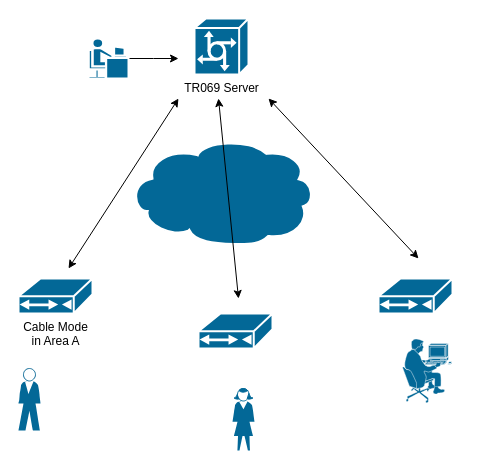
This is page "Remote Control - TR069" (5 of 7) of Cable_Modem_Architecture_Sample.drawio from nelsonchung/drawio, a draw.io file, before an edit. Source tidied: cells renumbered, new cells numbered last; positions are measured from the earlier drawing's top-left corner, leaving out a move shared by most shapes. Both pictures are drawn from the tidied source at 100%, with x=0, y=0 at pixel (18, 18).
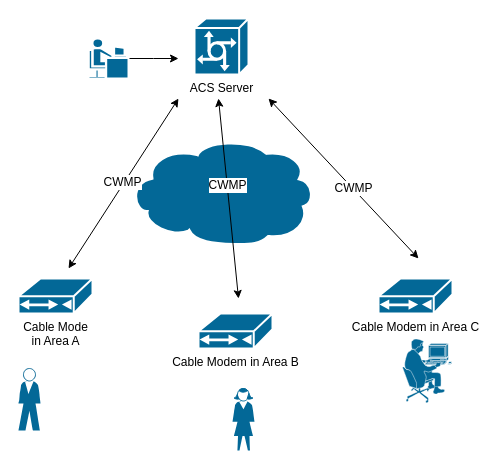
Above is the later version.

Commit message (it also covers changes not shown here):
[Cable_Modem_Architecture_Sample] Update the sheet named "Remote Control - TR069"

Unchanged cells that the change refers to:
```xml
<mxCell id="12" style="endArrow=classic;startArrow=classic;html=1;" parent="1" edge="1">
  <mxGeometry relative="1" as="geometry">
    <mxPoint x="50" y="250" as="sourcePoint" />
    <mxPoint x="160" y="80" as="targetPoint" />
  </mxGeometry>
</mxCell>
<mxCell id="13" style="endArrow=classic;startArrow=classic;html=1;" parent="1" edge="1">
  <mxGeometry relative="1" as="geometry">
    <mxPoint x="220" y="280" as="sourcePoint" />
    <mxPoint x="200" y="80" as="targetPoint" />
  </mxGeometry>
</mxCell>
<mxCell id="14" style="endArrow=classic;startArrow=classic;html=1;" parent="1" edge="1">
  <mxGeometry relative="1" as="geometry">
    <mxPoint x="400" y="240" as="sourcePoint" />
    <mxPoint x="250" y="80" as="targetPoint" />
  </mxGeometry>
</mxCell>
```

Change to the diagram source:
```diff
@@
-    <mxCell id="4" value="TR069 Server" style="shape=mxgraph.cisco.servers.communications_server;html=1;dashed=0;fillColor=#036897;strokeColor=#ffffff;strokeWidth=2;verticalLabelPosition=bottom;verticalAlign=top;align=center;" parent="1" vertex="1">
+    <mxCell id="4" value="ACS Server" style="shape=mxgraph.cisco.servers.communications_server;html=1;dashed=0;fillColor=#036897;strokeColor=#ffffff;strokeWidth=2;verticalLabelPosition=bottom;verticalAlign=top;align=center;" parent="1" vertex="1">
       <mxGeometry x="176" width="54" height="56" as="geometry" />
     </mxCell>
@@
-    <mxCell id="7" style="shape=mxgraph.cisco.modems_and_phones.cable_modem;html=1;dashed=0;fillColor=#036897;strokeColor=#ffffff;strokeWidth=2;verticalLabelPosition=bottom;verticalAlign=top;align=center;" parent="1" vertex="1">
+    <mxCell id="7" value="Cable Modem in Area B" style="shape=mxgraph.cisco.modems_and_phones.cable_modem;html=1;dashed=0;fillColor=#036897;strokeColor=#ffffff;strokeWidth=2;verticalLabelPosition=bottom;verticalAlign=top;align=center;" parent="1" vertex="1">
       <mxGeometry x="180" y="295" width="74" height="35" as="geometry" />
     </mxCell>
-    <mxCell id="8" style="shape=mxgraph.cisco.modems_and_phones.cable_modem;html=1;dashed=0;fillColor=#036897;strokeColor=#ffffff;strokeWidth=2;verticalLabelPosition=bottom;verticalAlign=top;align=center;" parent="1" vertex="1">
+    <mxCell id="8" value="Cable Modem in Area C" style="shape=mxgraph.cisco.modems_and_phones.cable_modem;html=1;dashed=0;fillColor=#036897;strokeColor=#ffffff;strokeWidth=2;verticalLabelPosition=bottom;verticalAlign=top;align=center;" parent="1" vertex="1">
       <mxGeometry x="360" y="260" width="74" height="35" as="geometry" />
     </mxCell>
@@
+    <mxCell id="15" value="CWMP" style="text;html=1;align=center;verticalAlign=middle;labelBackgroundColor=#ffffff;" parent="12" vertex="1">
+      <mxGeometry x="0.01" y="2" relative="1" as="geometry" />
+    </mxCell>
@@
+    <mxCell id="16" value="CWMP" style="text;html=1;align=center;verticalAlign=middle;labelBackgroundColor=#ffffff;" parent="13" vertex="1">
+      <mxGeometry x="0.13" relative="1" as="geometry" />
+    </mxCell>
@@
+    <mxCell id="17" value="CWMP" style="text;html=1;align=center;verticalAlign=middle;labelBackgroundColor=#ffffff;" parent="14" vertex="1">
+      <mxGeometry x="-0.12" relative="1" as="geometry" />
+    </mxCell>
```
